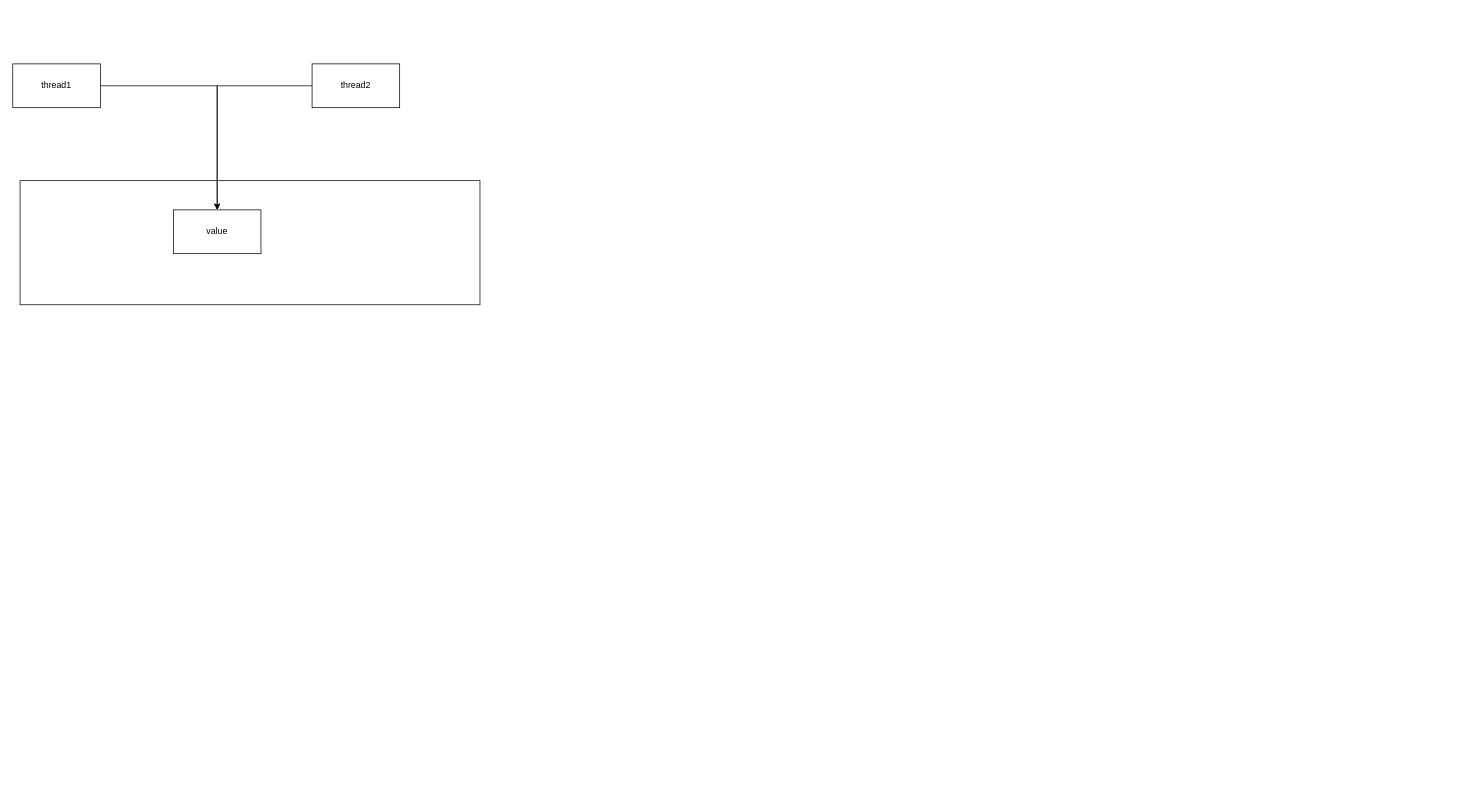
This is LongAdder.drawio from ZaoChuan-1024/diagrams, a draw.io file, before an edit. Source tidied: cells renumbered, new cells numbered last; positions are measured from the earlier drawing's top-left corner, leaving out a move shared by most shapes. Both pictures are drawn from the tidied source at 73%, with x=0, y=0 at pixel (12, 64).
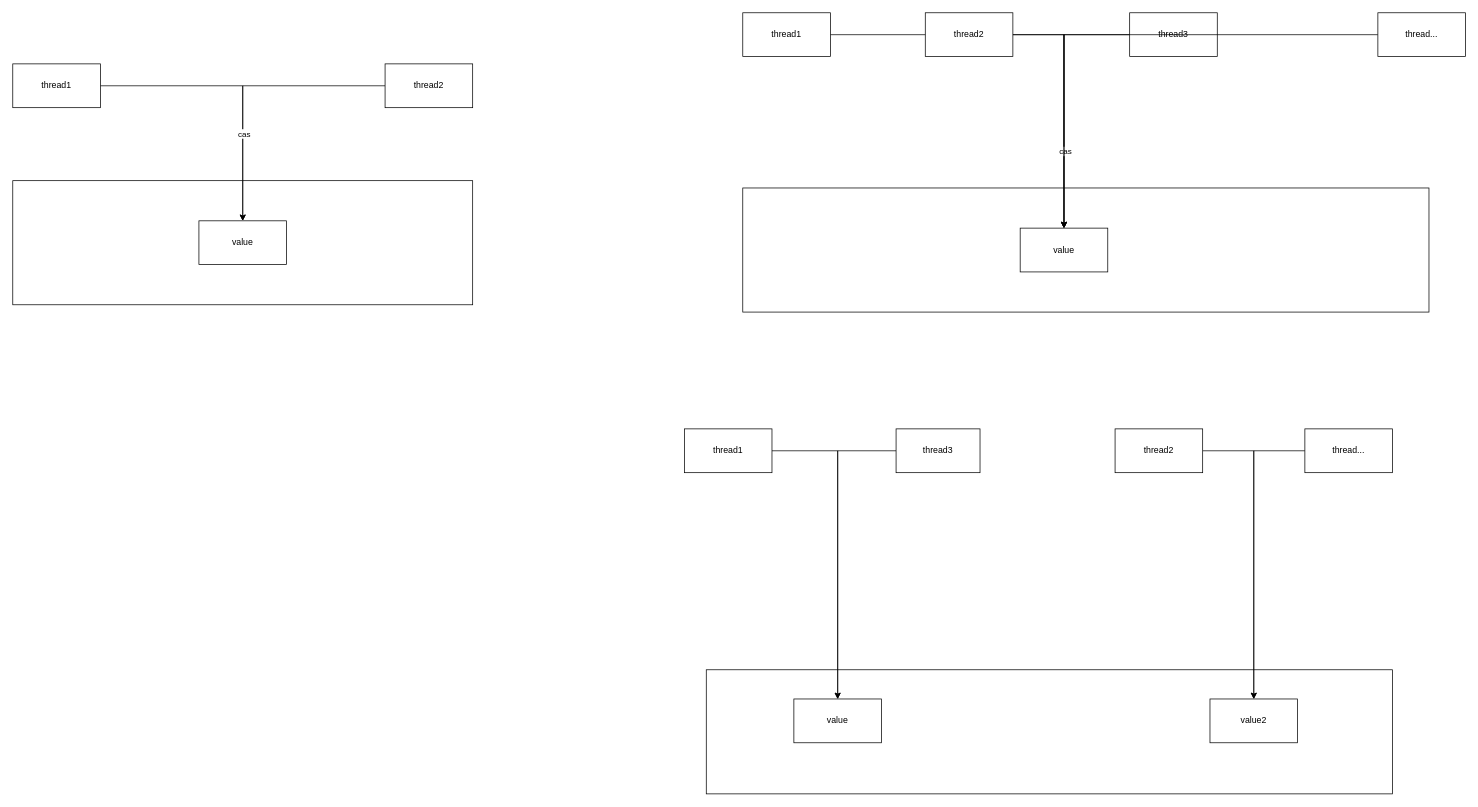
After the change.

The change refers to these unchanged cells:
```xml
<mxCell id="5" style="edgeStyle=orthogonalEdgeStyle;rounded=0;jettySize=auto;html=1;entryX=0.5;entryY=0;entryDx=0;entryDy=0;" parent="1" edge="1" source="6" target="7">
  <mxGeometry relative="1" as="geometry" />
</mxCell>
```

Change to the diagram source:
```diff
@@
     <mxCell id="2" style="rounded=0;whiteSpace=wrap;html=1;" parent="1" vertex="1">
-      <mxGeometry x="10" y="160" width="630" height="170" as="geometry" />
+      <mxGeometry y="160" width="630" height="170" as="geometry" />
     </mxCell>
@@
+    <mxCell id="8" value="cas&lt;br&gt;" style="edgeLabel;html=1;align=center;verticalAlign=middle;" parent="5" vertex="1">
+      <mxGeometry x="0.37" y="1" relative="1" as="geometry" />
+    </mxCell>
     <mxCell id="6" value="thread2" style="rounded=0;whiteSpace=wrap;html=1;" parent="1" vertex="1">
-      <mxGeometry x="410" width="120" height="60" as="geometry" />
+      <mxGeometry x="510" width="120" height="60" as="geometry" />
     </mxCell>
     <mxCell id="7" value="value" style="rounded=0;whiteSpace=wrap;html=1;" parent="1" vertex="1">
-      <mxGeometry x="220" y="200" width="120" height="60" as="geometry" />
+      <mxGeometry x="255" y="215" width="120" height="60" as="geometry" />
     </mxCell>
+    <mxCell id="9" style="rounded=0;whiteSpace=wrap;html=1;" parent="1" vertex="1">
+      <mxGeometry x="1000" y="170" width="940" height="170" as="geometry" />
+    </mxCell>
+    <mxCell id="10" style="edgeStyle=orthogonalEdgeStyle;rounded=0;jettySize=auto;html=1;" parent="1" edge="1" source="11" target="15">
+      <mxGeometry relative="1" as="geometry" />
+    </mxCell>
+    <mxCell id="11" value="thread1" style="rounded=0;whiteSpace=wrap;html=1;" parent="1" vertex="1">
+      <mxGeometry x="1000" y="-70" width="120" height="60" as="geometry" />
+    </mxCell>
+    <mxCell id="12" style="edgeStyle=orthogonalEdgeStyle;rounded=0;jettySize=auto;html=1;entryX=0.5;entryY=0;entryDx=0;entryDy=0;" parent="1" edge="1" source="14" target="15">
+      <mxGeometry relative="1" as="geometry" />
+    </mxCell>
+    <mxCell id="13" value="cas&lt;br&gt;" style="edgeLabel;html=1;align=center;verticalAlign=middle;" parent="12" vertex="1">
+      <mxGeometry x="0.37" y="1" relative="1" as="geometry" />
+    </mxCell>
+    <mxCell id="14" value="thread2" style="rounded=0;whiteSpace=wrap;html=1;" parent="1" vertex="1">
+      <mxGeometry x="1250" y="-70" width="120" height="60" as="geometry" />
+    </mxCell>
+    <mxCell id="15" value="value" style="rounded=0;whiteSpace=wrap;html=1;" parent="1" vertex="1">
+      <mxGeometry x="1380" y="225" width="120" height="60" as="geometry" />
+    </mxCell>
+    <mxCell id="16" style="edgeStyle=orthogonalEdgeStyle;rounded=0;jettySize=auto;html=1;entryX=0.5;entryY=0;entryDx=0;entryDy=0;" parent="1" edge="1" source="17" target="15">
+      <mxGeometry relative="1" as="geometry">
+        <Array as="points">
+          <mxPoint x="1440" y="-40" />
+        </Array>
+      </mxGeometry>
+    </mxCell>
+    <mxCell id="17" value="thread3" style="rounded=0;whiteSpace=wrap;html=1;" parent="1" vertex="1">
+      <mxGeometry x="1530" y="-70" width="120" height="60" as="geometry" />
+    </mxCell>
+    <mxCell id="18" style="edgeStyle=orthogonalEdgeStyle;rounded=0;jettySize=auto;html=1;" parent="1" edge="1" source="19" target="15">
+      <mxGeometry relative="1" as="geometry" />
+    </mxCell>
+    <mxCell id="19" value="thread..." style="rounded=0;whiteSpace=wrap;html=1;" parent="1" vertex="1">
+      <mxGeometry x="1870" y="-70" width="120" height="60" as="geometry" />
+    </mxCell>
+    <mxCell id="20" style="rounded=0;whiteSpace=wrap;html=1;" parent="1" vertex="1">
+      <mxGeometry x="950" y="830" width="940" height="170" as="geometry" />
+    </mxCell>
+    <mxCell id="21" style="edgeStyle=orthogonalEdgeStyle;rounded=0;jettySize=auto;html=1;" parent="1" edge="1" source="22" target="25">
+      <mxGeometry relative="1" as="geometry" />
+    </mxCell>
+    <mxCell id="22" value="thread1" style="rounded=0;whiteSpace=wrap;html=1;" parent="1" vertex="1">
+      <mxGeometry x="920" y="500" width="120" height="60" as="geometry" />
+    </mxCell>
+    <mxCell id="23" style="edgeStyle=orthogonalEdgeStyle;rounded=0;jettySize=auto;html=1;" parent="1" edge="1" source="24" target="30">
+      <mxGeometry relative="1" as="geometry" />
+    </mxCell>
+    <mxCell id="24" value="thread2" style="rounded=0;whiteSpace=wrap;html=1;" parent="1" vertex="1">
+      <mxGeometry x="1510" y="500" width="120" height="60" as="geometry" />
+    </mxCell>
+    <mxCell id="25" value="value" style="rounded=0;whiteSpace=wrap;html=1;" parent="1" vertex="1">
+      <mxGeometry x="1070" y="870" width="120" height="60" as="geometry" />
+    </mxCell>
+    <mxCell id="26" style="edgeStyle=orthogonalEdgeStyle;rounded=0;jettySize=auto;html=1;entryX=0.5;entryY=0;entryDx=0;entryDy=0;" parent="1" edge="1" source="27" target="25">
+      <mxGeometry relative="1" as="geometry" />
+    </mxCell>
+    <mxCell id="27" value="thread3" style="rounded=0;whiteSpace=wrap;html=1;" parent="1" vertex="1">
+      <mxGeometry x="1210" y="500" width="115" height="60" as="geometry" />
+    </mxCell>
+    <mxCell id="28" style="edgeStyle=orthogonalEdgeStyle;rounded=0;jettySize=auto;html=1;" parent="1" edge="1" source="29" target="30">
+      <mxGeometry relative="1" as="geometry" />
+    </mxCell>
+    <mxCell id="29" value="thread..." style="rounded=0;whiteSpace=wrap;html=1;" parent="1" vertex="1">
+      <mxGeometry x="1770" y="500" width="120" height="60" as="geometry" />
+    </mxCell>
+    <mxCell id="30" value="value2" style="rounded=0;whiteSpace=wrap;html=1;" parent="1" vertex="1">
+      <mxGeometry x="1640" y="870" width="120" height="60" as="geometry" />
+    </mxCell>
```
